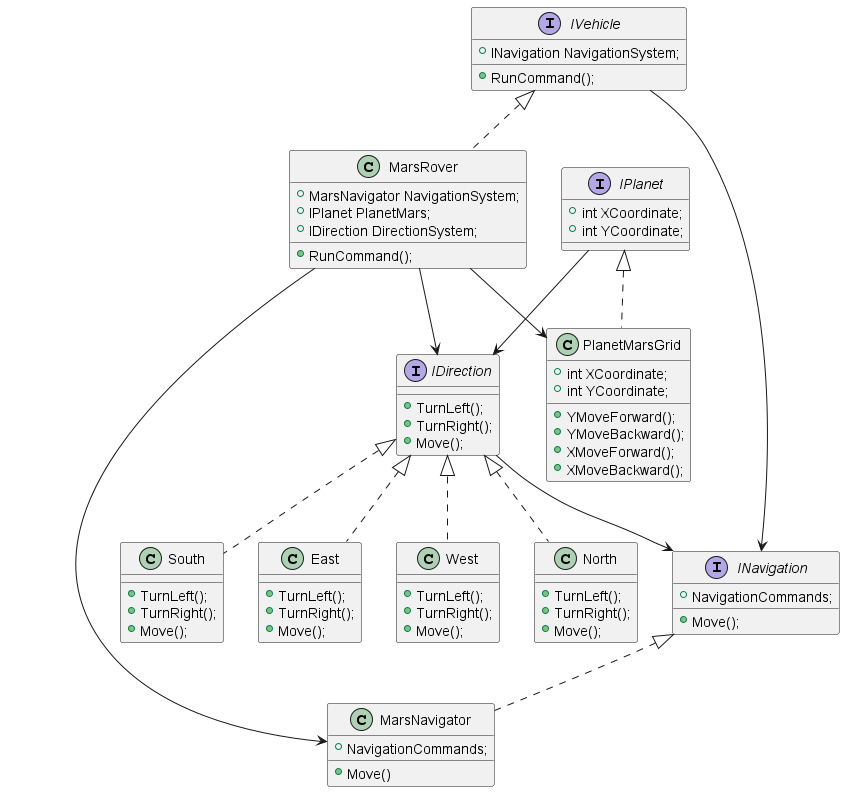
Above: Mars-Rover-Project/UML-Diagram/MarsRover_Kata_UML.png in vahidkianfar/Mars-Rover-Project (PlantUML), before the change.
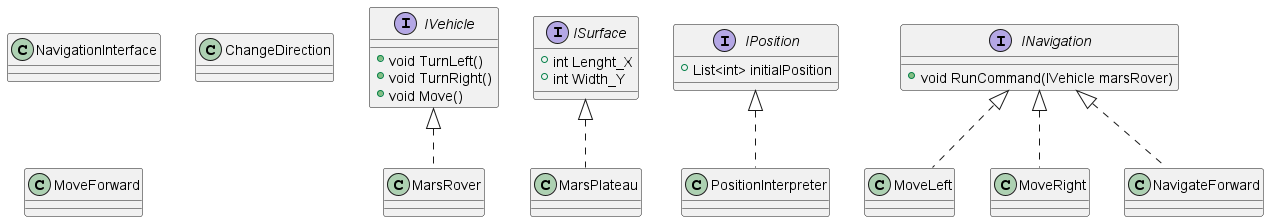
Later version of the same file.

Commit message:
Updated UML and changed code formatting.

The edit, as a diff of the source:
```diff
@@ -2,79 +2,37 @@
 
 interface IVehicle
 {
-+ INavigation NavigationSystem;
-+ RunCommand();
++ void TurnLeft()
++ void TurnRight()
++ void Move()
 }
-interface IPlanet
+
+interface ISurface
 {
-+ int XCoordinate;
-+ int YCoordinate;
++ int Lenght_X
++ int Width_Y
 }
-interface IDirection
+
+interface IPosition
 {
-+  TurnLeft();
-+  TurnRight();
-+  Move();
++ List<int> initialPosition
 }
+
 interface INavigation
 {
-+  NavigationCommands;
-+  Move();
-
++ void RunCommand(IVehicle marsRover)
 }
 
-class PlanetMarsGrid implements IPlanet
-{
-+ int XCoordinate;
-+ int YCoordinate;
-+ YMoveForward();
-+ YMoveBackward();
-+ XMoveForward();
-+ XMoveBackward();
-}
-class East implements IDirection
-{
-+  TurnLeft();
-+  TurnRight();
-+  Move();
-}
-class West implements IDirection
-{
-+  TurnLeft();
-+  TurnRight();
-+  Move();
-}
-class North implements IDirection
-{
-+  TurnLeft();
-+  TurnRight();
-+  Move();
-}
-class South implements IDirection
-{
-+  TurnLeft();
-+  TurnRight();
-+  Move();
-}
+class MarsRover implements IVehicle
+class MarsPlateau implements ISurface
+class MoveLeft implements INavigation
+class MoveRight implements INavigation
+class PositionInterpreter implements IPosition
 
-class MarsNavigator implements INavigation
-{
-+  NavigationCommands;
-+  Move()
-}
-class MarsRover implements IVehicle
-{
-+  MarsNavigator NavigationSystem;
-+  IPlanet PlanetMars;
-+  IDirection DirectionSystem;
-+  RunCommand();
-}
-IPlanet --> IDirection
-IVehicle --> INavigation
-IDirection  --> INavigation
-MarsRover --> MarsNavigator
-MarsRover --> IDirection
-MarsRover --> PlanetMarsGrid
+class NavigateForward implements INavigation
+class NavigationInterface
+class ChangeDirection
+class MoveForward
 
 
 @enduml
```
